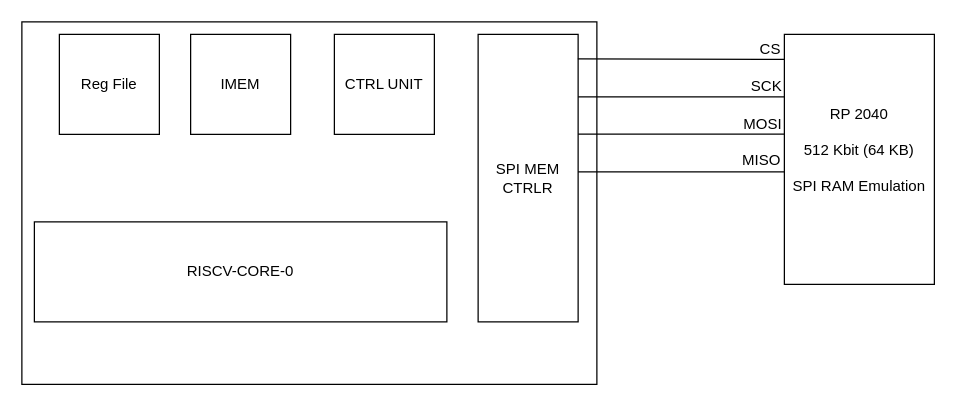
This is single-cycle/Hardware Arch.drawio from ubc-asic/superscalar-summer, a draw.io file, before an edit. Source tidied: cells renumbered, new cells numbered last; positions are measured from the earlier drawing's top-left corner, leaving out a move shared by most shapes. Both pictures are drawn from the tidied source at 125%, with x=0, y=0 at pixel (21, 21).
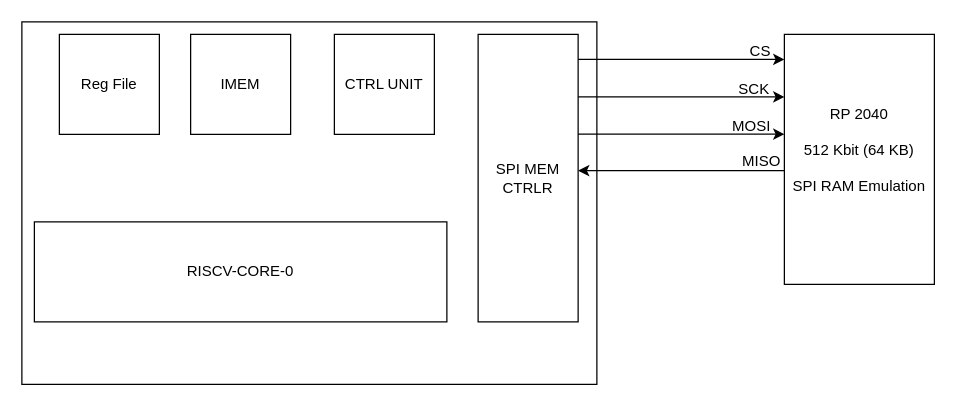
Above is the later version.

Commit message:
add signal flow

Unchanged cells that the change refers to:
```xml
<mxCell id="5" value="SPI MEM CTRLR" style="whiteSpace=wrap;html=1;" parent="1" vertex="1">
  <mxGeometry x="365" y="10" width="80" height="230" as="geometry" />
</mxCell>
```

Diff of the diagram source:
```diff
@@
     <mxCell id="9" value="CS" style="text;html=1;whiteSpace=wrap;strokeColor=none;fillColor=none;align=center;verticalAlign=middle;rounded=0;" parent="1" vertex="1">
-      <mxGeometry x="569" y="7" width="60" height="30" as="geometry" />
+      <mxGeometry x="561" y="9" width="60" height="30" as="geometry" />
     </mxCell>
     <mxCell id="10" value="SCK" style="text;html=1;whiteSpace=wrap;strokeColor=none;fillColor=none;align=center;verticalAlign=middle;rounded=0;" parent="1" vertex="1">
-      <mxGeometry x="566" y="37" width="60" height="30" as="geometry" />
+      <mxGeometry x="556" y="39" width="60" height="30" as="geometry" />
     </mxCell>
     <mxCell id="11" value="MOSI" style="text;html=1;whiteSpace=wrap;strokeColor=none;fillColor=none;align=center;verticalAlign=middle;rounded=0;" parent="1" vertex="1">
-      <mxGeometry x="563" y="67" width="60" height="30" as="geometry" />
+      <mxGeometry x="554" y="69" width="60" height="30" as="geometry" />
     </mxCell>
     <mxCell id="12" value="MISO" style="text;html=1;whiteSpace=wrap;strokeColor=none;fillColor=none;align=center;verticalAlign=middle;rounded=0;" parent="1" vertex="1">
-      <mxGeometry x="562" y="96" width="60" height="30" as="geometry" />
+      <mxGeometry x="562" y="97" width="60" height="30" as="geometry" />
     </mxCell>
-    <mxCell id="13" style="endArrow=none;html=1;rounded=0;entryX=0.997;entryY=0.085;entryDx=0;entryDy=0;entryPerimeter=0;" parent="1" edge="1" target="5">
-      <mxGeometry relative="1" as="geometry">
-        <mxPoint x="610" y="30" as="sourcePoint" />
-      </mxGeometry>
-    </mxCell>
-    <mxCell id="14" style="endArrow=none;html=1;rounded=0;entryX=0.997;entryY=0.085;entryDx=0;entryDy=0;entryPerimeter=0;" parent="1" edge="1">
-      <mxGeometry relative="1" as="geometry">
-        <mxPoint x="610" y="60" as="sourcePoint" />
-        <mxPoint x="445" y="60" as="targetPoint" />
-      </mxGeometry>
-    </mxCell>
-    <mxCell id="15" style="endArrow=none;html=1;rounded=0;entryX=0.997;entryY=0.085;entryDx=0;entryDy=0;entryPerimeter=0;" parent="1" edge="1">
-      <mxGeometry relative="1" as="geometry">
-        <mxPoint x="610" y="89.8" as="sourcePoint" />
-        <mxPoint x="445" y="89.8" as="targetPoint" />
-      </mxGeometry>
-    </mxCell>
-    <mxCell id="16" style="endArrow=none;html=1;rounded=0;entryX=0.997;entryY=0.085;entryDx=0;entryDy=0;entryPerimeter=0;" parent="1" edge="1">
-      <mxGeometry relative="1" as="geometry">
-        <mxPoint x="610" y="120" as="sourcePoint" />
-        <mxPoint x="445" y="120" as="targetPoint" />
-      </mxGeometry>
-    </mxCell>
+    <mxCell id="17" style="endArrow=classic;html=1;rounded=0;" parent="1" edge="1">
+      <mxGeometry relative="1" as="geometry">
+        <mxPoint x="445" y="30" as="sourcePoint" />
+        <mxPoint x="610" y="30" as="targetPoint" />
+      </mxGeometry>
+    </mxCell>
+    <mxCell id="18" style="endArrow=classic;html=1;rounded=0;" parent="1" edge="1">
+      <mxGeometry relative="1" as="geometry">
+        <mxPoint x="445" y="60" as="sourcePoint" />
+        <mxPoint x="610" y="60" as="targetPoint" />
+      </mxGeometry>
+    </mxCell>
+    <mxCell id="19" style="endArrow=classic;html=1;rounded=0;" parent="1" edge="1">
+      <mxGeometry relative="1" as="geometry">
+        <mxPoint x="445" y="89.8" as="sourcePoint" />
+        <mxPoint x="610" y="89.8" as="targetPoint" />
+      </mxGeometry>
+    </mxCell>
+    <mxCell id="20" style="endArrow=classic;html=1;rounded=0;" parent="1" edge="1">
+      <mxGeometry relative="1" as="geometry">
+        <mxPoint x="610" y="119" as="sourcePoint" />
+        <mxPoint x="445" y="119" as="targetPoint" />
+      </mxGeometry>
+    </mxCell>
```
